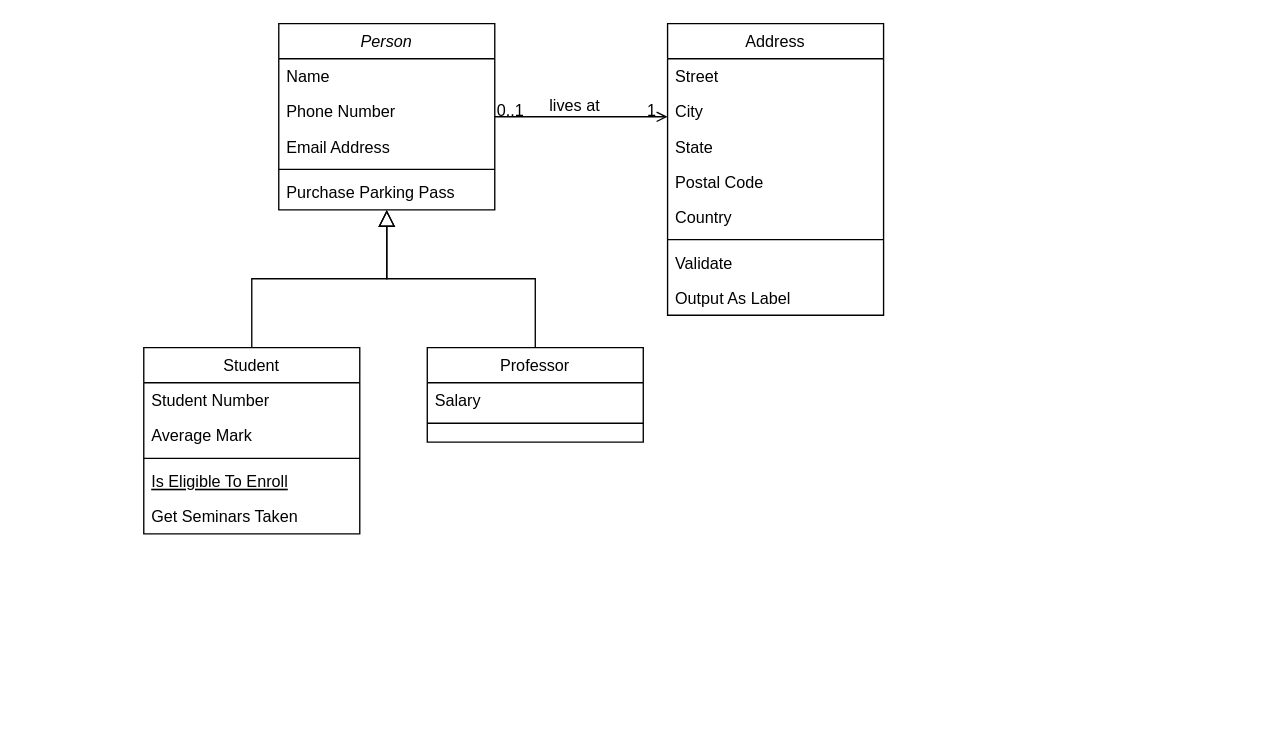
The draw.io diagram LyraClone.drawio in ParkSungTaek/LyraClone, before the edit. Source tidied: cells renumbered, new cells numbered last; positions are measured from the earlier drawing's top-left corner, leaving out a move shared by most shapes. Both pictures are drawn from the tidied source at 135%, with x=0, y=0 at pixel (143, 23).
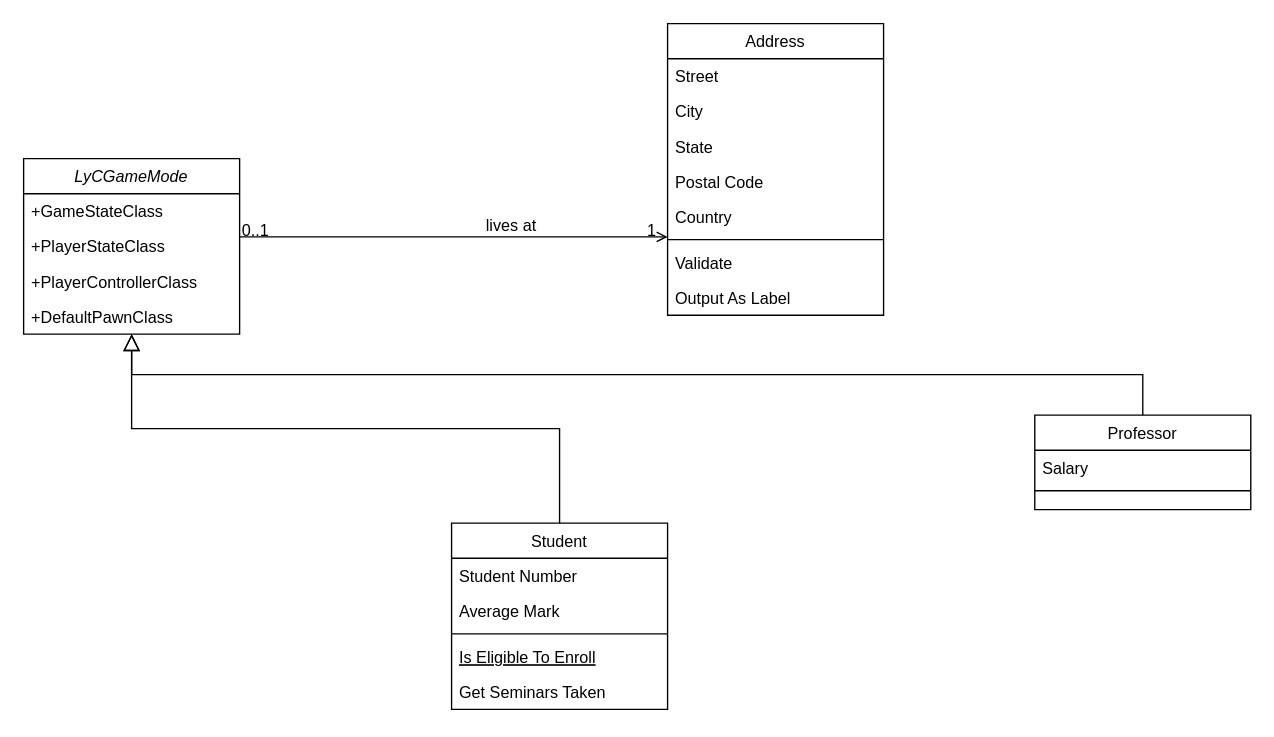
After the change.

What changed in the source:
```diff
@@
-    <mxCell id="2" value="Person" style="swimlane;fontStyle=2;align=center;verticalAlign=top;horizontal=1;startSize=26;rounded=0;shadow=0;strokeWidth=1;" parent="1" vertex="1">
-      <mxGeometry x="100" width="160" height="138" as="geometry" />
+    <mxCell id="2" value="LyCGameMode&#10;" style="swimlane;fontStyle=2;align=center;verticalAlign=top;horizontal=1;startSize=26;rounded=0;shadow=0;strokeWidth=1;" parent="1" vertex="1">
+      <mxGeometry x="-89" y="100" width="160" height="130" as="geometry" />
     </mxCell>
-    <mxCell id="3" value="Name" style="text;align=left;verticalAlign=top;spacingLeft=4;spacingRight=4;overflow=hidden;" parent="2" vertex="1">
+    <mxCell id="3" value="+GameStateClass" style="text;align=left;verticalAlign=top;spacingLeft=4;spacingRight=4;overflow=hidden;" parent="2" vertex="1">
       <mxGeometry y="26" width="160" height="26" as="geometry" />
     </mxCell>
-    <mxCell id="4" value="Phone Number" style="text;align=left;verticalAlign=top;spacingLeft=4;spacingRight=4;overflow=hidden;rounded=0;shadow=0;html=0;" parent="2" vertex="1">
+    <mxCell id="4" value="+PlayerStateClass" style="text;align=left;verticalAlign=top;spacingLeft=4;spacingRight=4;overflow=hidden;rounded=0;shadow=0;html=0;" parent="2" vertex="1">
       <mxGeometry y="52" width="160" height="26" as="geometry" />
     </mxCell>
-    <mxCell id="5" value="Email Address" style="text;align=left;verticalAlign=top;spacingLeft=4;spacingRight=4;overflow=hidden;rounded=0;shadow=0;html=0;" parent="2" vertex="1">
+    <mxCell id="5" value="+PlayerControllerClass" style="text;align=left;verticalAlign=top;spacingLeft=4;spacingRight=4;overflow=hidden;rounded=0;shadow=0;html=0;" parent="2" vertex="1">
       <mxGeometry y="78" width="160" height="26" as="geometry" />
     </mxCell>
-    <mxCell id="6" style="line;html=1;strokeWidth=1;align=left;verticalAlign=middle;spacingTop=-1;spacingLeft=3;spacingRight=3;labelPosition=right;" parent="2" vertex="1">
-      <mxGeometry y="104" width="160" height="8" as="geometry" />
-    </mxCell>
-    <mxCell id="7" value="Purchase Parking Pass" style="text;align=left;verticalAlign=top;spacingLeft=4;spacingRight=4;overflow=hidden;" parent="2" vertex="1">
-      <mxGeometry y="112" width="160" height="26" as="geometry" />
-    </mxCell>
+    <mxCell id="32" value="+DefaultPawnClass&#10;" style="text;align=left;verticalAlign=top;spacingLeft=4;spacingRight=4;overflow=hidden;rounded=0;shadow=0;html=0;" parent="2" vertex="1">
+      <mxGeometry y="104" width="160" height="26" as="geometry" />
+    </mxCell>
     <mxCell id="8" value="Student" style="swimlane;fontStyle=0;align=center;verticalAlign=top;horizontal=1;startSize=26;rounded=0;shadow=0;strokeWidth=1;" parent="1" vertex="1">
-      <mxGeometry y="240" width="160" height="138" as="geometry" />
+      <mxGeometry x="228" y="370" width="160" height="138" as="geometry" />
     </mxCell>
@@
     <mxCell id="15" value="Professor" style="swimlane;fontStyle=0;align=center;verticalAlign=top;horizontal=1;startSize=26;rounded=0;shadow=0;strokeWidth=1;" parent="1" vertex="1">
-      <mxGeometry x="210" y="240" width="160" height="70" as="geometry" />
+      <mxGeometry x="660" y="290" width="160" height="70" as="geometry" />
     </mxCell>
```
